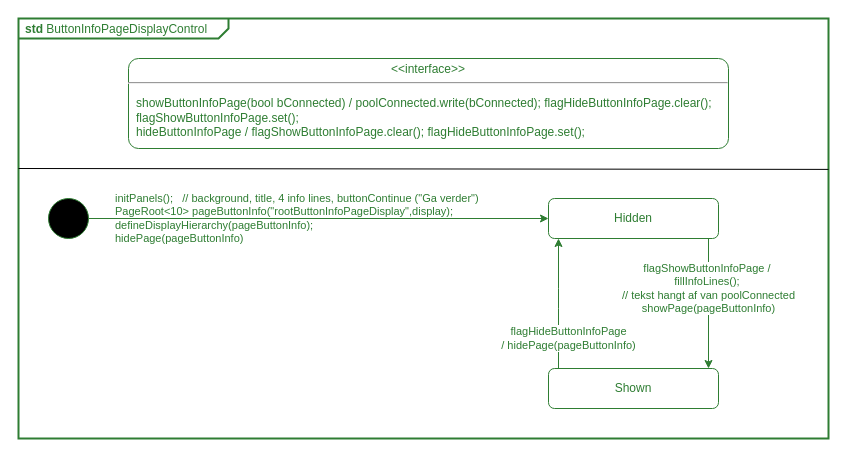
Above: page "ButtonInfoPageDisplayControl" (14 of 20) of apps/pong_cleangui_dg_adv/models/pong_dg_adv.drawio in nepbuur1/test_lasergame_2_rework_CleanGUI_godmode (draw.io), before the change. Source tidied: cells renumbered, new cells numbered last; positions are measured from the earlier drawing's top-left corner, leaving out a move shared by most shapes. Both pictures are drawn from the tidied source at 100%, with x=0, y=0 at pixel (18, 18).
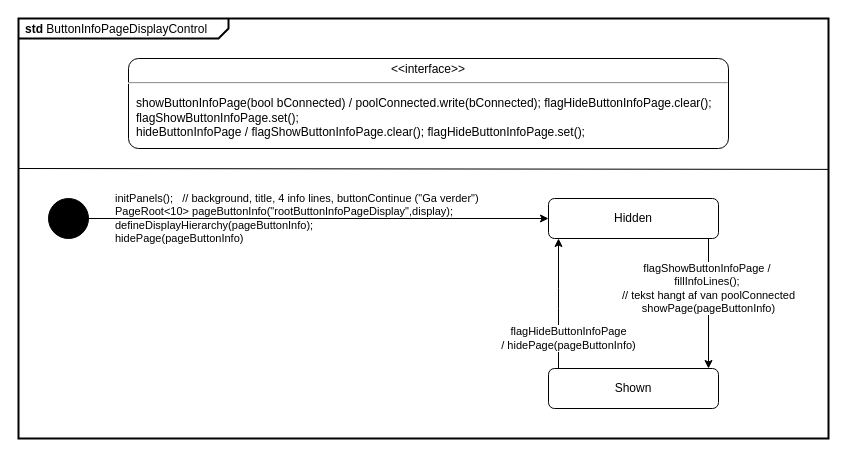
Above is the later version.

The edit, as a diff of the source:
```diff
@@
 <mxGraphModel>
   <root>
     <mxCell id="0" />
     <mxCell id="1" parent="0" />
-    <mxCell id="2" value="&lt;p style=&quot;margin:0px;margin-top:4px;margin-left:7px;text-align:left;&quot;&gt;&lt;b&gt;std&lt;/b&gt;  ButtonInfoPageDisplayControl&lt;/p&gt;" style="html=1;shape=mxgraph.sysml.package;overflow=fill;labelX=210;strokeWidth=2;align=center;strokeColor=#2e7d32;fontColor=#2e7d32;" parent="1" vertex="1">
+    <mxCell id="2" value="&lt;p style=&quot;margin:0px;margin-top:4px;margin-left:7px;text-align:left;&quot;&gt;&lt;b&gt;std&lt;/b&gt;  ButtonInfoPageDisplayControl&lt;/p&gt;" style="html=1;shape=mxgraph.sysml.package;overflow=fill;labelX=210;strokeWidth=2;align=center;" parent="1" vertex="1">
       <mxGeometry width="810" height="420" as="geometry" />
     </mxCell>
-    <mxCell id="3" value="&lt;p style=&quot;margin: 0px ; margin-top: 4px ; text-align: center&quot;&gt;&amp;lt;&amp;lt;interface&amp;gt;&amp;gt;&lt;/p&gt;&lt;hr&gt;&lt;p&gt;&lt;/p&gt;&lt;p style=&quot;margin: 0px ; margin-left: 8px ; text-align: left&quot;&gt;showButtonInfoPage(bool bConnected) / poolConnected.write(bConnected); flagHideButtonInfoPage.clear(); flagShowButtonInfoPage.set();&lt;/p&gt;&lt;p style=&quot;margin: 0px ; margin-left: 8px ; text-align: left&quot;&gt;hideButtonInfoPage / flagShowButtonInfoPage.clear(); flagHideButtonInfoPage.set();&lt;/p&gt;" style="shape=mxgraph.sysml.simpleState;html=1;overflow=fill;whiteSpace=wrap;align=center;strokeColor=#2e7d32;fontColor=#2e7d32;" parent="1" vertex="1">
+    <mxCell id="3" value="&lt;p style=&quot;margin: 0px ; margin-top: 4px ; text-align: center&quot;&gt;&amp;lt;&amp;lt;interface&amp;gt;&amp;gt;&lt;/p&gt;&lt;hr&gt;&lt;p&gt;&lt;/p&gt;&lt;p style=&quot;margin: 0px ; margin-left: 8px ; text-align: left&quot;&gt;showButtonInfoPage(bool bConnected) / poolConnected.write(bConnected); flagHideButtonInfoPage.clear(); flagShowButtonInfoPage.set();&lt;/p&gt;&lt;p style=&quot;margin: 0px ; margin-left: 8px ; text-align: left&quot;&gt;hideButtonInfoPage / flagShowButtonInfoPage.clear(); flagHideButtonInfoPage.set();&lt;/p&gt;" style="shape=mxgraph.sysml.simpleState;html=1;overflow=fill;whiteSpace=wrap;align=center;" parent="1" vertex="1">
       <mxGeometry x="110" y="40" width="600" height="90" as="geometry" />
     </mxCell>
-    <mxCell id="4" style="shape=ellipse;html=1;fillColor=#000000;fontSize=18;fontColor=#ffffff;strokeColor=#2e7d32;" parent="1" vertex="1">
+    <mxCell id="4" style="shape=ellipse;html=1;fillColor=#000000;fontSize=18;fontColor=#ffffff;" parent="1" vertex="1">
       <mxGeometry x="30" y="180" width="40" height="40" as="geometry" />
     </mxCell>
-    <mxCell id="5" value="Hidden" style="rounded=1;whiteSpace=wrap;html=1;strokeColor=#2e7d32;fontColor=#2e7d32;" parent="1" vertex="1">
+    <mxCell id="5" value="Hidden" style="rounded=1;whiteSpace=wrap;html=1;" parent="1" vertex="1">
       <mxGeometry x="530" y="180" width="170" height="40" as="geometry" />
     </mxCell>
-    <mxCell id="6" value="Shown" style="rounded=1;whiteSpace=wrap;html=1;strokeColor=#2e7d32;fontColor=#2e7d32;" parent="1" vertex="1">
+    <mxCell id="6" value="Shown" style="rounded=1;whiteSpace=wrap;html=1;" parent="1" vertex="1">
       <mxGeometry x="530" y="350" width="170" height="40" as="geometry" />
     </mxCell>
-    <mxCell id="7" value="initPanels();&amp;nbsp; &amp;nbsp;// background, title, 4 info lines, buttonContinue (&quot;Ga verder&quot;)&lt;br&gt;PageRoot&amp;lt;10&amp;gt; pageButtonInfo(&quot;rootButtonInfoPageDisplay&quot;,display);&lt;br&gt;defineDisplayHierarchy(pageButtonInfo);&lt;br&gt;hidePage(pageButtonInfo)" style="edgeStyle=orthogonalEdgeStyle;rounded=0;jettySize=auto;html=1;strokeColor=#2e7d32;fontColor=#2e7d32;align=left;labelBackgroundColor=none;" parent="1" edge="1" source="4" target="5">
+    <mxCell id="7" value="initPanels();&amp;nbsp; &amp;nbsp;// background, title, 4 info lines, buttonContinue (&quot;Ga verder&quot;)&lt;br&gt;PageRoot&amp;lt;10&amp;gt; pageButtonInfo(&quot;rootButtonInfoPageDisplay&quot;,display);&lt;br&gt;defineDisplayHierarchy(pageButtonInfo);&lt;br&gt;hidePage(pageButtonInfo)" style="edgeStyle=orthogonalEdgeStyle;rounded=0;jettySize=auto;html=1;align=left;labelBackgroundColor=none;" parent="1" edge="1" source="4" target="5">
       <mxGeometry x="-0.89" relative="1" as="geometry" />
     </mxCell>
-    <mxCell id="8" value="flagShowButtonInfoPage /&amp;nbsp;&lt;div&gt;fillInfoLines();&amp;nbsp; &lt;br&gt;// tekst hangt af van poolConnected&lt;br&gt;showPage(pageButtonInfo)&lt;/div&gt;" style="edgeStyle=orthogonalEdgeStyle;rounded=0;jettySize=auto;html=1;strokeColor=#2e7d32;fontColor=#2e7d32;" parent="1" edge="1" source="5" target="6">
+    <mxCell id="8" value="flagShowButtonInfoPage /&amp;nbsp;&lt;div&gt;fillInfoLines();&amp;nbsp; &lt;br&gt;// tekst hangt af van poolConnected&lt;br&gt;showPage(pageButtonInfo)&lt;/div&gt;" style="edgeStyle=orthogonalEdgeStyle;rounded=0;jettySize=auto;html=1;" parent="1" edge="1" source="5" target="6">
       <mxGeometry x="-0.23" relative="1" as="geometry">
         <Array as="points">
           <mxPoint x="690" y="280" />
           <mxPoint x="690" y="280" />
         </Array>
       </mxGeometry>
     </mxCell>
-    <mxCell id="9" value="flagHideButtonInfoPage &lt;br&gt;/ hidePage(pageButtonInfo)" style="edgeStyle=orthogonalEdgeStyle;rounded=1;jettySize=auto;html=1;curved=0;strokeColor=#2e7d32;fontColor=#2e7d32;" parent="1" edge="1" source="6" target="5">
+    <mxCell id="9" value="flagHideButtonInfoPage &lt;br&gt;/ hidePage(pageButtonInfo)" style="edgeStyle=orthogonalEdgeStyle;rounded=1;jettySize=auto;html=1;curved=0;" parent="1" edge="1" source="6" target="5">
       <mxGeometry x="-0.54" y="-10" relative="1" as="geometry">
         <Array as="points">
           <mxPoint x="540" y="280" />
           <mxPoint x="540" y="280" />
         </Array>
       </mxGeometry>
     </mxCell>
     <mxCell id="10" style="endArrow=none;html=1;rounded=1;" parent="1" edge="1">
       <mxGeometry relative="1" as="geometry">
         <mxPoint y="150" as="sourcePoint" />
         <mxPoint x="810" y="150.9" as="targetPoint" />
       </mxGeometry>
     </mxCell>
   </root>
 </mxGraphModel>
```
